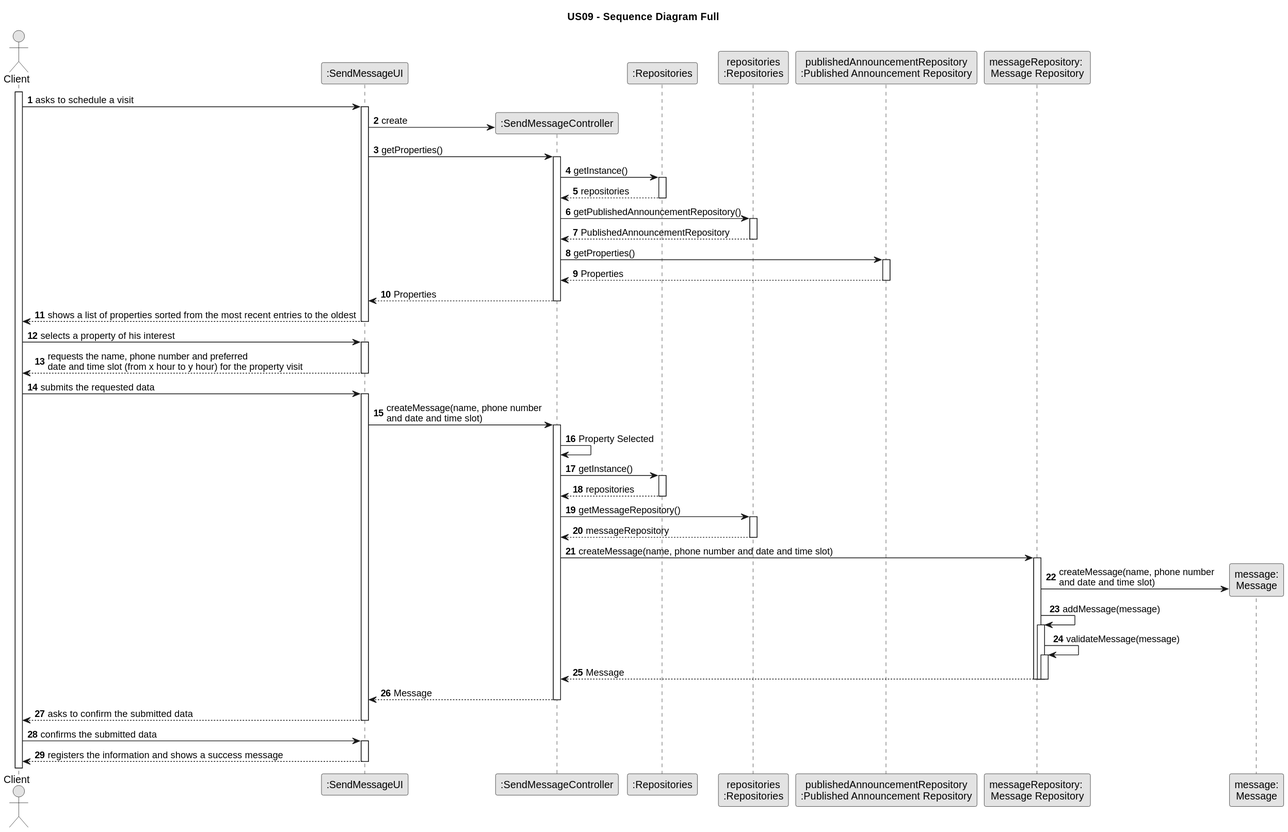
Above: docs/sprintC/US09/03.design/svg/us09-sequence-diagram-full.svg in PureNimble/ISEP-LAPR2 (PlantUML), before the change.
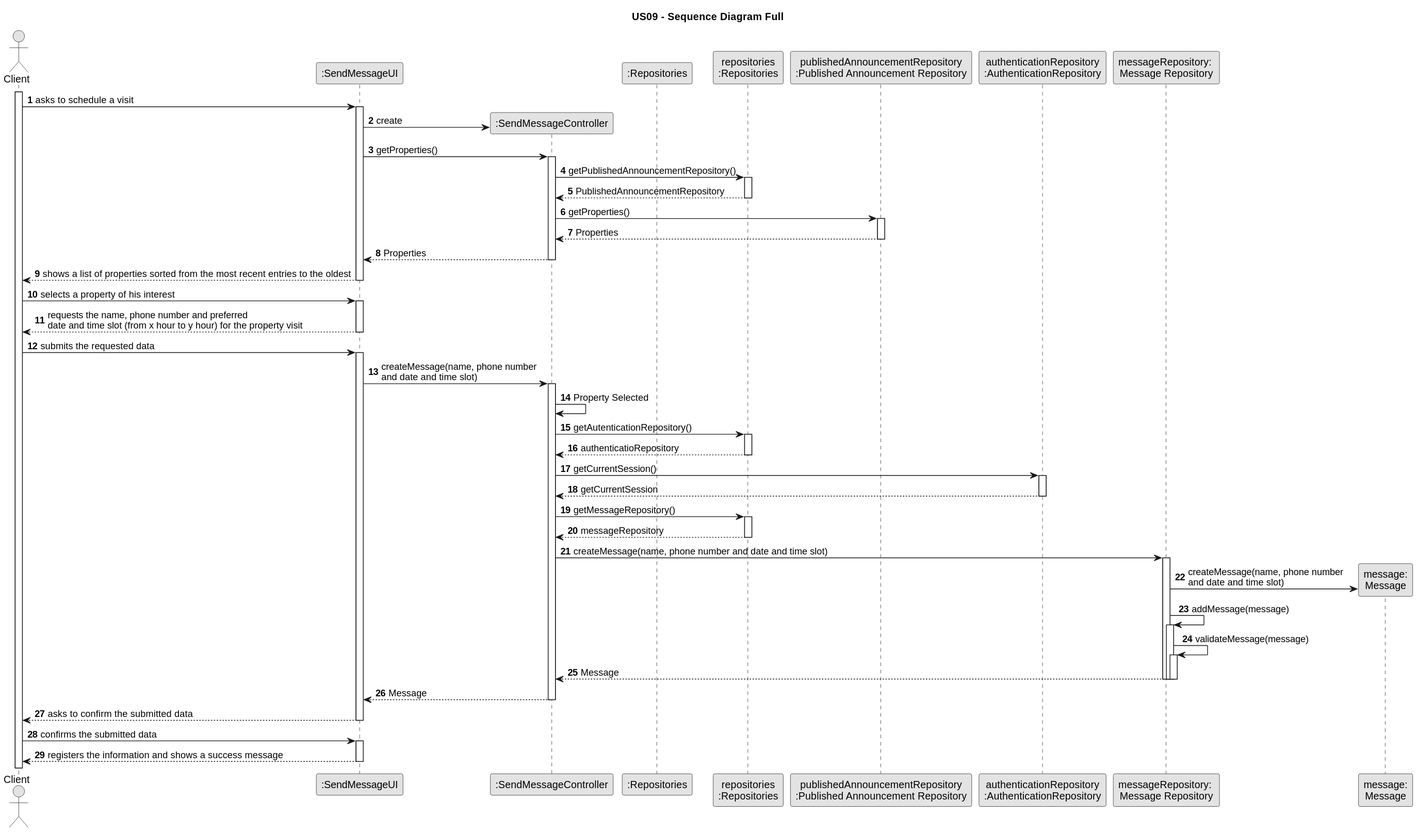
After the commit.

Commit message:
US09 - read me update US012 - class diagram and system sequence diagram update read me update svg creation (class diagram and system sequence diagram)

Diff of the diagram source:
```diff
@@ -13,6 +13,7 @@
 participant ":Repositories" as Repository
 participant "repositories\n:Repositories" as Repository2
 participant "publishedAnnouncementRepository\n:Published Announcement Repository" as publishedAnnouncementRepository
+participant "authenticationRepository\n:AuthenticationRepository" as AuthenticationRepository
 participant "messageRepository: \nMessage Repository" as messageRepository
 participant "message:\nMessage" as message
 
@@ -28,11 +29,6 @@
         UI -> CTRL : getProperties()
             activate CTRL
 
-            CTRL -> Repository : getInstance()
-                activate Repository
-
-            Repository --> CTRL : repositories
-                deactivate Repository
 
             CTRL -> Repository2 : getPublishedAnnouncementRepository()
                 activate Repository2
@@ -67,17 +63,24 @@
     Client -> UI: submits the requested data
         activate UI
 
-
     UI -> CTRL: createMessage(name, phone number \nand date and time slot)
         activate CTRL
 
+
+
     CTRL ->CTRL: Property Selected
 
-        CTRL -> Repository : getInstance()
-            activate Repository
+    CTRL -> Repository2 : getAutenticationRepository()
+    activate Repository2
 
-        Repository --> CTRL : repositories
-            deactivate Repository
+    Repository2 --> CTRL : authenticatioRepository
+    deactivate Repository2
+
+    CTRL -> AuthenticationRepository : getCurrentSession()
+    activate AuthenticationRepository
+
+    AuthenticationRepository --> CTRL : getCurrentSession
+    deactivate AuthenticationRepository
 
         CTRL -> Repository2 : getMessageRepository()
             activate Repository2
```
